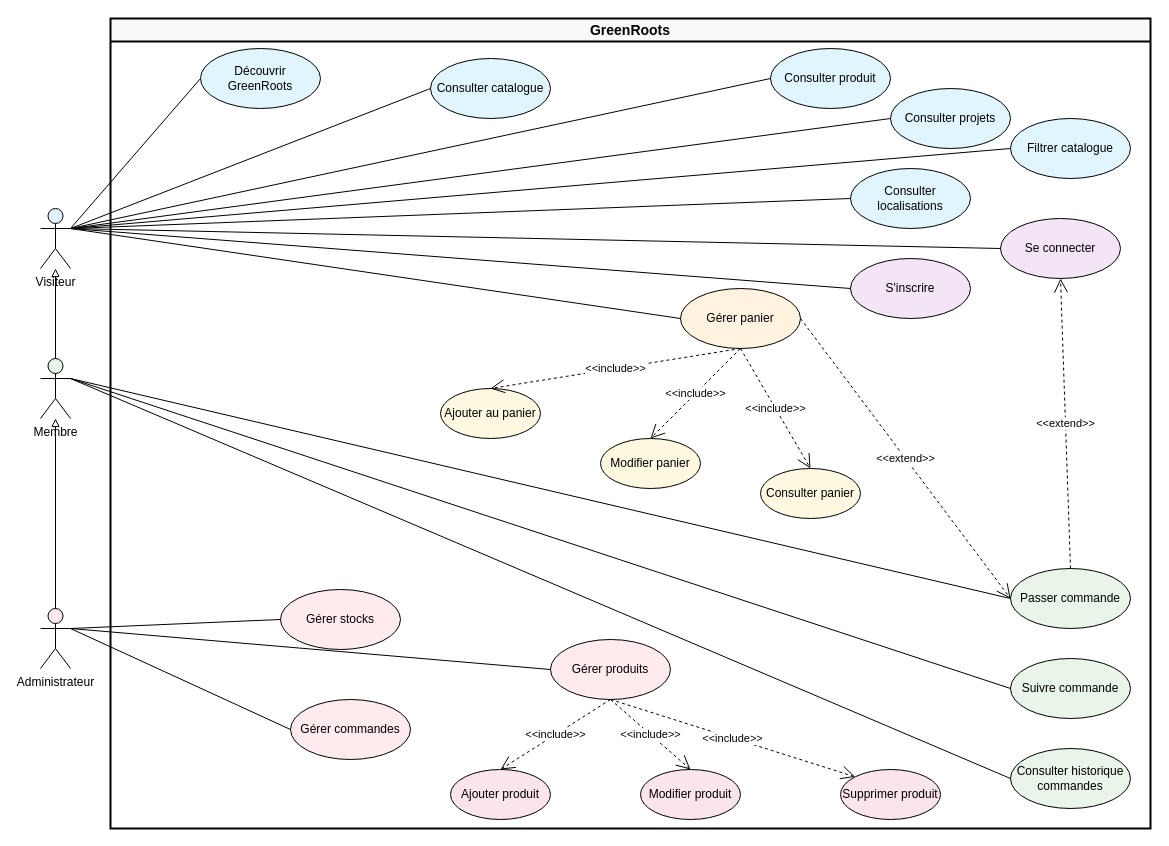
Before: conception/use_cases/drawio/use_cases.drawio in ChloeGarciaMillerand/GreenRoots_Freyja, a draw.io diagram. Source tidied: cells renumbered, new cells numbered last; positions are measured from the earlier drawing's top-left corner, leaving out a move shared by most shapes. Both pictures are drawn from the tidied source at 100%, with x=0, y=0 at pixel (40, 18).
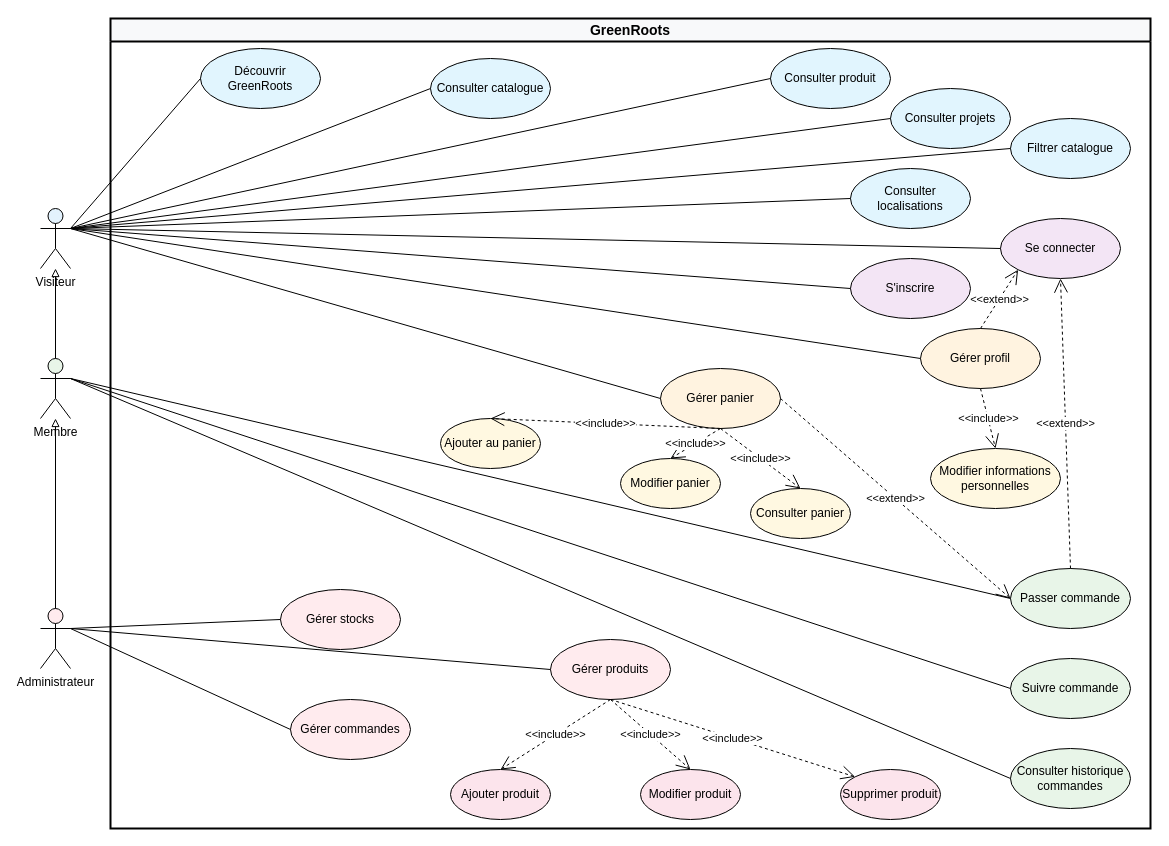
After the change.

Commit message (it also covers changes not shown here):
docs(conception): fix use cases by adding profile modification

Unchanged cells that the change refers to:
```xml
<mxCell id="2" value="GreenRoots" style="swimlane;whiteSpace=wrap;html=1;strokeWidth=2;fillColor=#f8f9fa;fontStyle=1;fontSize=14;" parent="1" vertex="1">
  <mxGeometry x="70" width="1040" height="810" as="geometry" />
</mxCell>
<mxCell id="13" value="Se connecter" style="ellipse;whiteSpace=wrap;html=1;fillColor=#f3e5f5;" parent="2" vertex="1">
  <mxGeometry x="890" y="200" width="120" height="60" as="geometry" />
</mxCell>
<mxCell id="27" value="Visiteur" style="shape=umlActor;verticalLabelPosition=bottom;verticalAlign=top;html=1;outlineConnect=0;fillColor=#e3f2fd;" parent="1" vertex="1">
  <mxGeometry y="190" width="30" height="60" as="geometry" />
</mxCell>
```

What changed in the source:
```diff
@@
     <mxCell id="8" value="Gérer panier" style="ellipse;whiteSpace=wrap;html=1;fillColor=#fff3e0;" parent="2" vertex="1">
-      <mxGeometry x="570" y="270" width="120" height="60" as="geometry" />
+      <mxGeometry x="550" y="350" width="120" height="60" as="geometry" />
     </mxCell>
     <mxCell id="9" value="Ajouter au panier" style="ellipse;whiteSpace=wrap;html=1;fillColor=#fff8e1;" parent="2" vertex="1">
-      <mxGeometry x="330" y="370" width="100" height="50" as="geometry" />
+      <mxGeometry x="330" y="400" width="100" height="50" as="geometry" />
     </mxCell>
     <mxCell id="10" value="Modifier panier" style="ellipse;whiteSpace=wrap;html=1;fillColor=#fff8e1;" parent="2" vertex="1">
-      <mxGeometry x="490" y="420" width="100" height="50" as="geometry" />
+      <mxGeometry x="510" y="440" width="100" height="50" as="geometry" />
     </mxCell>
     <mxCell id="11" value="Consulter panier" style="ellipse;whiteSpace=wrap;html=1;fillColor=#fff8e1;" parent="2" vertex="1">
-      <mxGeometry x="650" y="450" width="100" height="50" as="geometry" />
+      <mxGeometry x="640" y="470" width="100" height="50" as="geometry" />
     </mxCell>
@@
+    <mxCell id="52" value="Gérer profil" style="ellipse;whiteSpace=wrap;html=1;fillColor=#fff3e0;" parent="2" vertex="1">
+      <mxGeometry x="810" y="310" width="120" height="60" as="geometry" />
+    </mxCell>
+    <mxCell id="53" value="&amp;lt;&amp;lt;extend&amp;gt;&amp;gt;" style="endArrow=open;endSize=12;dashed=1;html=1;exitX=0.5;exitY=0;exitDx=0;exitDy=0;entryX=0;entryY=1;entryDx=0;entryDy=0;" parent="2" edge="1" source="52" target="13">
+      <mxGeometry relative="1" as="geometry" />
+    </mxCell>
+    <mxCell id="54" value="Modifier informations&lt;div&gt;personnelles&lt;/div&gt;" style="ellipse;whiteSpace=wrap;html=1;fillColor=#fff8e1;" parent="2" vertex="1">
+      <mxGeometry x="820" y="430" width="130" height="60" as="geometry" />
+    </mxCell>
+    <mxCell id="55" value="&amp;lt;&amp;lt;include&amp;gt;&amp;gt;" style="endArrow=open;endSize=12;dashed=1;html=1;exitX=0.5;exitY=1;exitDx=0;exitDy=0;entryX=0.5;entryY=0;entryDx=0;entryDy=0;" parent="2" edge="1" source="52" target="54">
+      <mxGeometry relative="1" as="geometry" />
+    </mxCell>
@@
+    <mxCell id="56" style="endArrow=none;html=1;exitX=1;exitY=0.3333333333333333;exitDx=0;exitDy=0;exitPerimeter=0;entryX=0;entryY=0.5;entryDx=0;entryDy=0;" parent="1" edge="1" source="27" target="52">
+      <mxGeometry relative="1" as="geometry" />
+    </mxCell>
```
